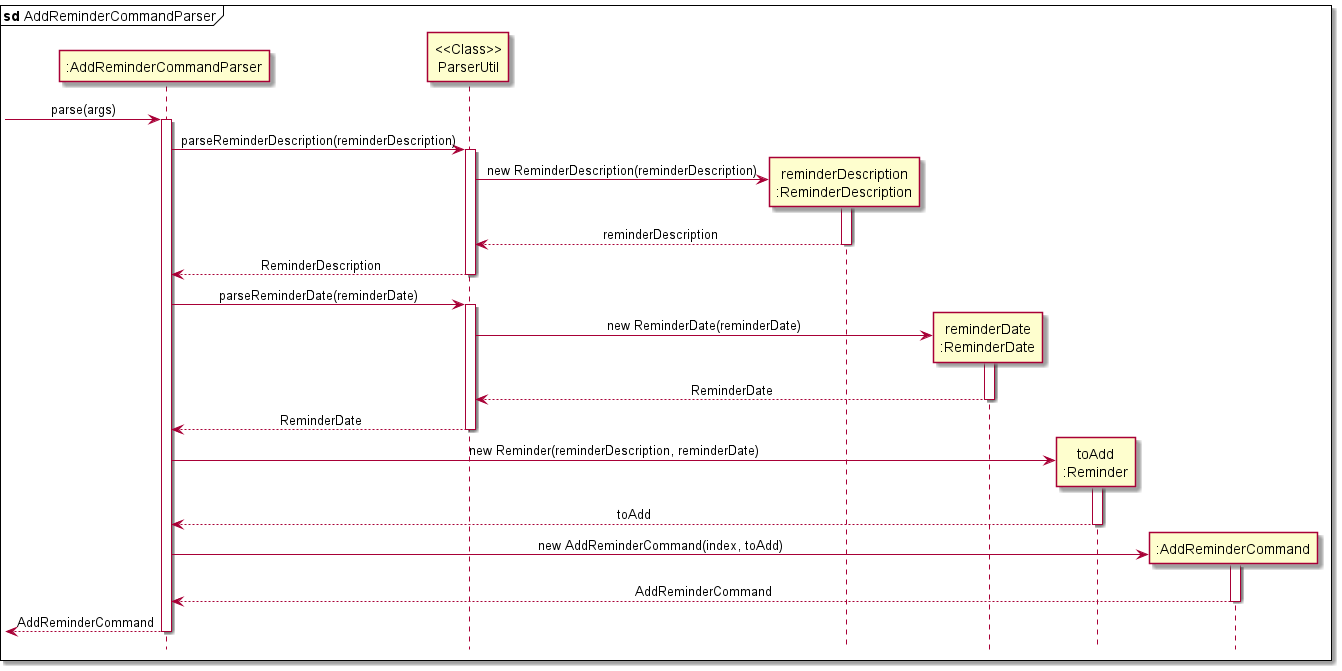
Before: docs/images/AddReminderCommandParserSeqDiagram.png, a diagram exported from PlantUML (pyk595/tp).
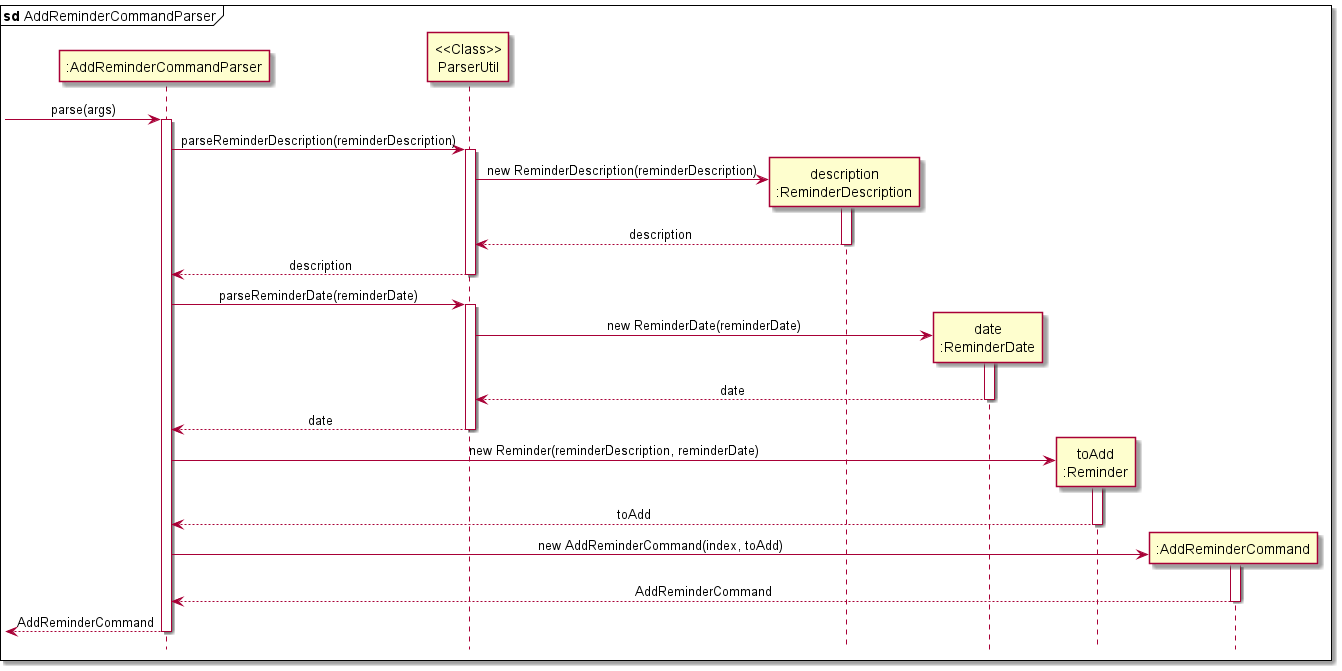
The same diagram one commit later.

Commit message:
Update UML diagram based on comments

Diff of the diagram source:
```diff
@@ -13,8 +13,8 @@
 
 participant ":AddReminderCommandParser" as AddReminderCommandParser
 participant "<<Class>>\nParserUtil" as ParserUtil
-participant "reminderDescription\n:ReminderDescription" as ReminderDescription
-participant "reminderDate\n:ReminderDate" as ReminderDate
+participant "description\n:ReminderDescription" as ReminderDescription
+participant "date\n:ReminderDate" as ReminderDate
 participant "toAdd\n:Reminder" as Reminder
 participant ":AddReminderCommand" as AddReminderCommand
 
@@ -28,10 +28,10 @@
 ParserUtil -> ReminderDescription : new ReminderDescription(reminderDescription)
 activate ReminderDescription
 
-ReminderDescription --> ParserUtil: reminderDescription
+ReminderDescription --> ParserUtil: description
 deactivate ReminderDescription
 
-ParserUtil --> AddReminderCommandParser : ReminderDescription
+ParserUtil --> AddReminderCommandParser : description
 deactivate ParserUtil
 
 AddReminderCommandParser -> ParserUtil : parseReminderDate(reminderDate)
@@ -41,10 +41,10 @@
 ParserUtil -> ReminderDate : new ReminderDate(reminderDate)
 activate ReminderDate
 
-ReminderDate --> ParserUtil : ReminderDate
+ReminderDate --> ParserUtil : date
 deactivate ReminderDate
 
-ParserUtil --> AddReminderCommandParser : ReminderDate
+ParserUtil --> AddReminderCommandParser : date
 deactivate ParserUtil
 
 create Reminder
```
